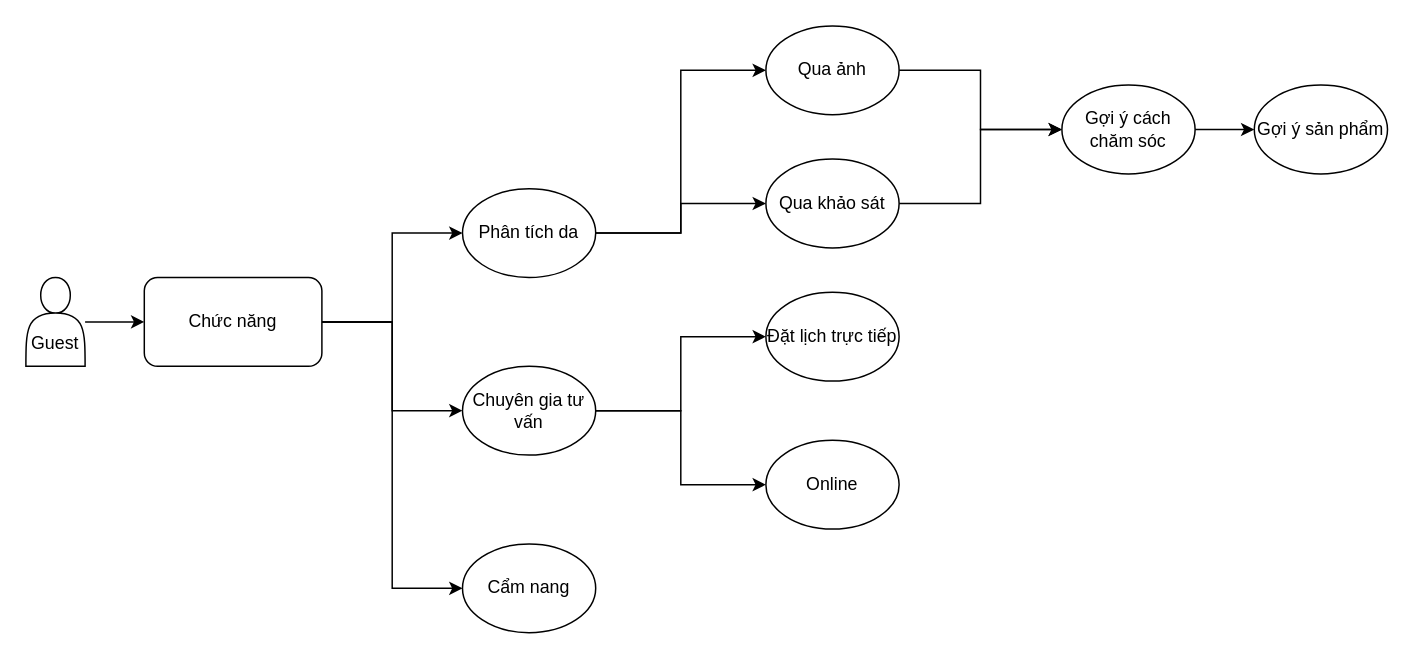
Earlier version of the draw.io diagram Untitled Diagram.drawio (ngnhonk/BeautyMatch). Source tidied: cells renumbered, new cells numbered last; positions are measured from the earlier drawing's top-left corner, leaving out a move shared by most shapes. Both pictures are drawn from the tidied source at 148%, with x=0, y=0 at pixel (25, 25).
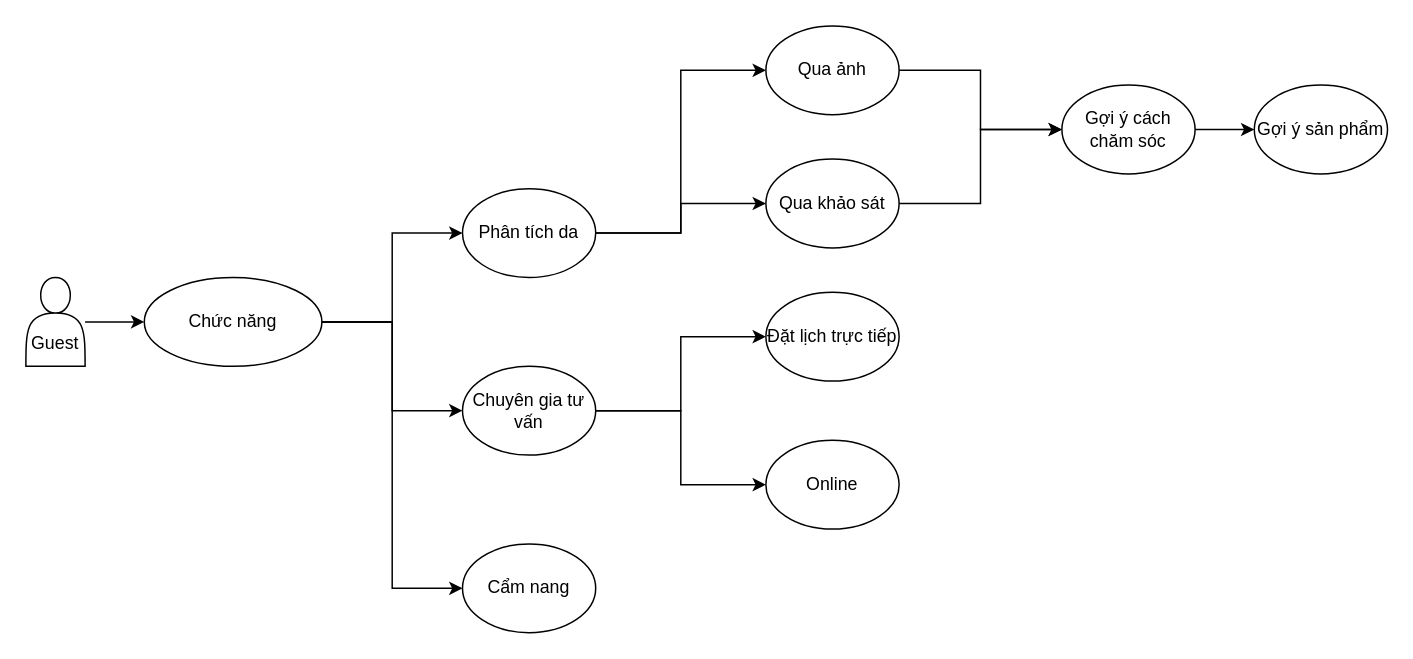
The same page after the edit.

Diff of the diagram source:
```diff
@@
-    <mxCell id="8" value="Chức năng" style="rounded=1;whiteSpace=wrap;html=1;" parent="1" vertex="1">
+    <mxCell id="8" value="Chức năng" style="rounded=1;whiteSpace=wrap;html=1;shape=ellipse;perimeter=ellipsePerimeter;" parent="1" vertex="1">
       <mxGeometry x="80" y="170" width="120" height="60" as="geometry" />
     </mxCell>
```
